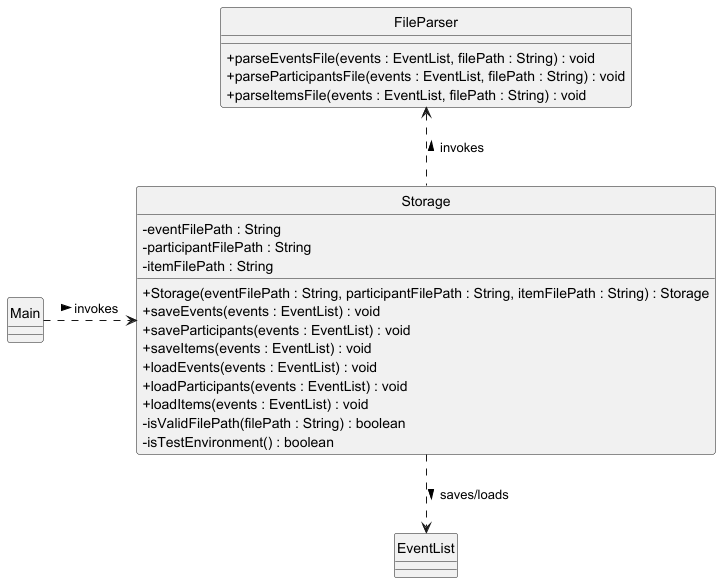
This is docs/images/StorageClassDiagram.png from nus-cs2113-AY2425S1/tp, a PlantUML export, as it was before one commit.
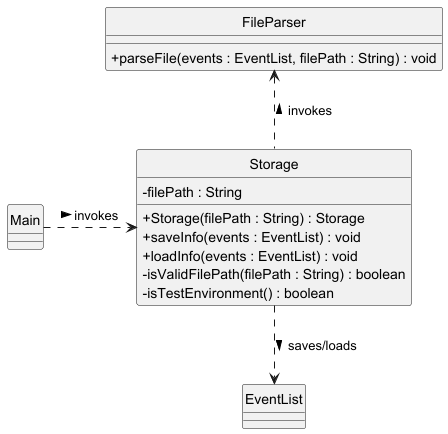
Later version of the same file.

Commit message:
Fix class diagram bugs

Diff of the diagram source:
```diff
@@ -4,16 +4,10 @@
 skinparam ClassAttributeIconSize 0
 
 class Storage {
-        - eventFilePath : String
-        - participantFilePath : String
-        - itemFilePath : String
-        + Storage(eventFilePath : String, participantFilePath : String, itemFilePath : String) : Storage
-        + saveEvents(events : EventList) : void
-        + saveParticipants(events : EventList) : void
-        + saveItems(events : EventList) : void
-        + loadEvents(events : EventList) : void
-        + loadParticipants(events : EventList) : void
-        + loadItems(events : EventList) : void
+        - filePath : String
+        + Storage(filePath : String) : Storage
+        + saveInfo(events : EventList) : void
+        + loadInfo(events : EventList) : void
         - isValidFilePath(filePath : String) : boolean
         - isTestEnvironment() : boolean
 }
@@ -21,9 +15,7 @@
 class Main
 class EventList
 class FileParser {
-    +parseEventsFile(events : EventList, filePath : String) : void
-    +parseParticipantsFile(events : EventList, filePath : String) : void
-    +parseItemsFile(events : EventList, filePath : String) : void
+    +parseFile(events : EventList, filePath : String) : void
 }
 
 Storage ..> EventList : saves/loads >
```
